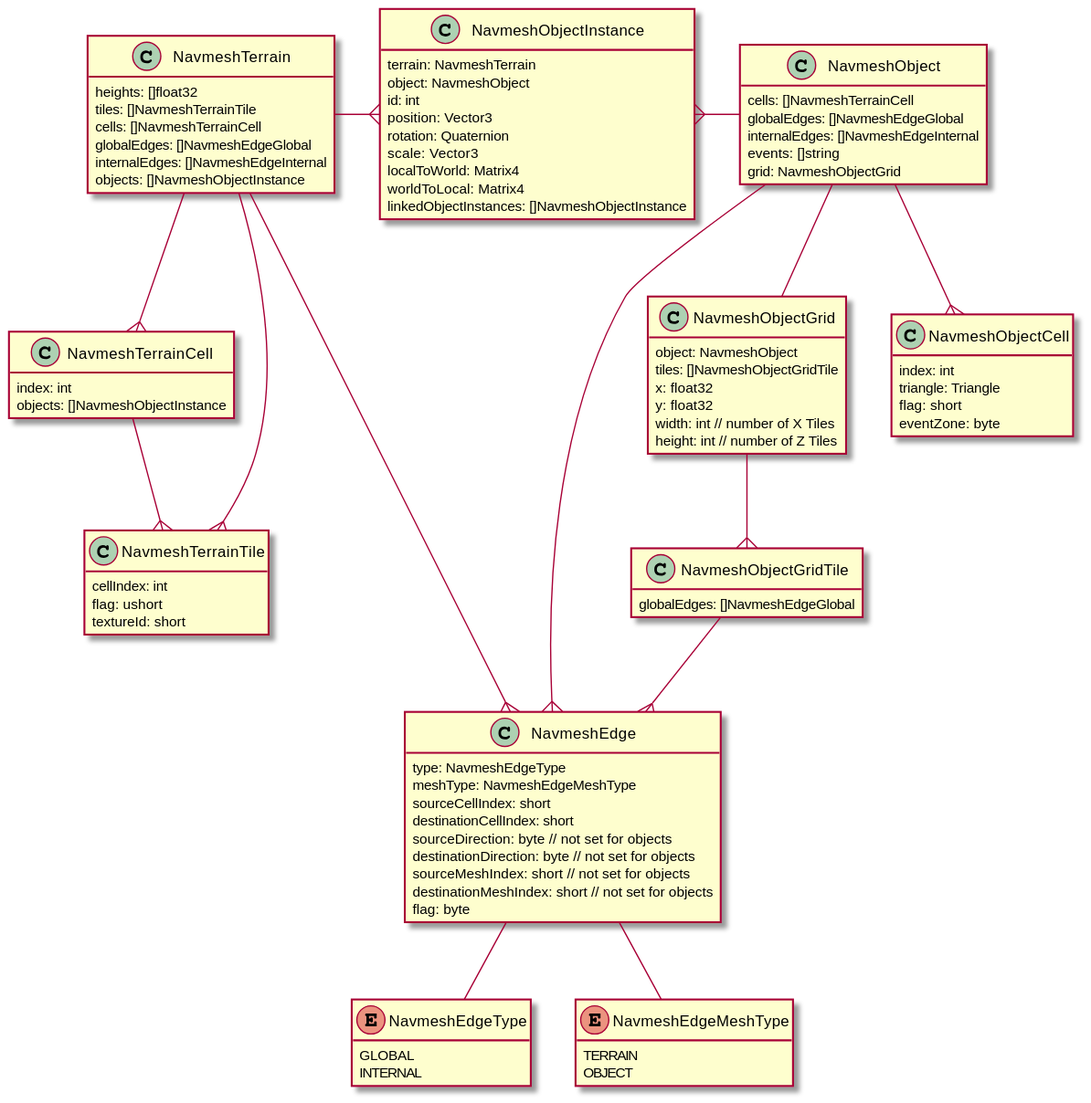
DummkopfOfHachtenduden/SilkroadDoc keeps this PlantUML diagram as _docs/navmesh.svg. Above is the earlier version. Source of this version:
```plantuml
@startuml navmesh

hide empty members

class NavmeshTerrain {
    heights: []float32
    tiles: []NavmeshTerrainTile
    cells: []NavmeshTerrainCell
    globalEdges: []NavmeshEdgeGlobal
    internalEdges: []NavmeshEdgeInternal
    objects: []NavmeshObjectInstance
}

class NavmeshTerrainCell {
    index: int
    objects: []NavmeshObjectInstance
}

class NavmeshTerrainTile {
    cellIndex: int
    flag: ushort
    textureId: short
}

enum NavmeshEdgeType {
    GLOBAL
    INTERNAL
}

enum NavmeshEdgeMeshType {
    TERRAIN
    OBJECT
}

class NavmeshEdge {
    type: NavmeshEdgeType
    meshType: NavmeshEdgeMeshType
    sourceCellIndex: short
    destinationCellIndex: short
    sourceDirection: byte // not set for objects
    destinationDirection: byte // not set for objects
    sourceMeshIndex: short // not set for objects
    destinationMeshIndex: short // not set for objects
    flag: byte
}

class NavmeshObject {
    cells: []NavmeshTerrainCell
    globalEdges: []NavmeshEdgeGlobal
    internalEdges: []NavmeshEdgeInternal
    events: []string
    grid: NavmeshObjectGrid
}

class NavmeshObjectInstance {
    terrain: NavmeshTerrain
    object: NavmeshObject
    id: int
    position: Vector3
    rotation: Quaternion
    scale: Vector3
    localToWorld: Matrix4
    worldToLocal: Matrix4
    linkedObjectInstances: []NavmeshObjectInstance
}

class NavmeshObjectGrid {
    object: NavmeshObject
    tiles: []NavmeshObjectGridTile
    x: float32
    y: float32
    width: int // number of X Tiles
    height: int // number of Z Tiles
}

class NavmeshObjectGridTile {
    globalEdges: []NavmeshEdgeGlobal
}

class NavmeshObjectCell {
    index: int
    triangle: Triangle
    flag: short
    eventZone: byte
}


NavmeshTerrain --{ NavmeshTerrainCell
NavmeshTerrain --{ NavmeshTerrainTile
NavmeshTerrain --{ NavmeshEdge
NavmeshTerrain -right-{ NavmeshObjectInstance
NavmeshTerrainCell --{ NavmeshTerrainTile


NavmeshObject -left-{ NavmeshObjectInstance
NavmeshObject --{ NavmeshObjectCell
NavmeshObject -- NavmeshObjectGrid
NavmeshObject --{ NavmeshEdge
NavmeshObjectGrid --{ NavmeshObjectGridTile
NavmeshObjectGridTile --{ NavmeshEdge

NavmeshEdge -- NavmeshEdgeType
NavmeshEdge -- NavmeshEdgeMeshType

@enduml
```
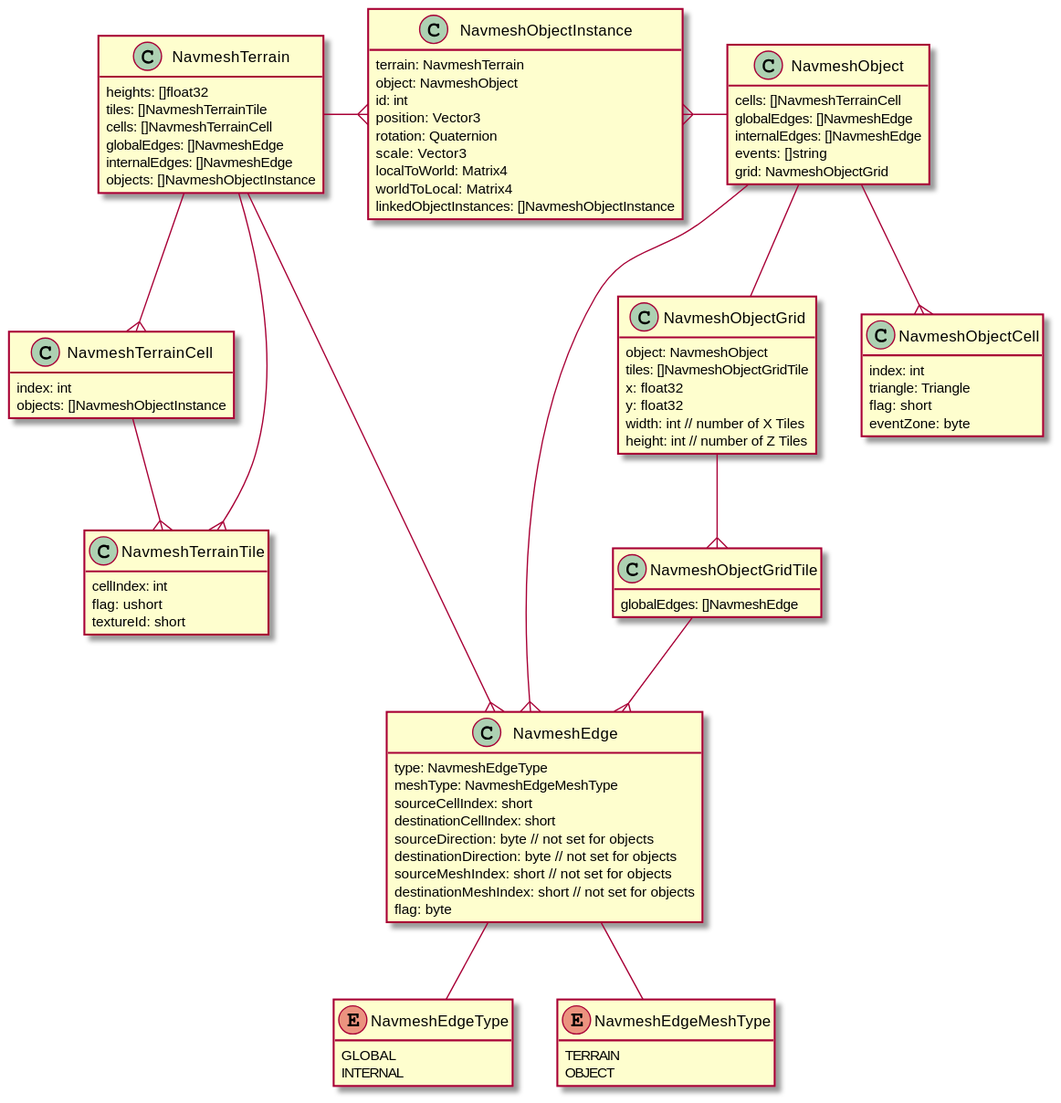
After the change.

Diff of the diagram source:
```diff
@@ -6,8 +6,8 @@
     heights: []float32
     tiles: []NavmeshTerrainTile
     cells: []NavmeshTerrainCell
-    globalEdges: []NavmeshEdgeGlobal
-    internalEdges: []NavmeshEdgeInternal
+    globalEdges: []NavmeshEdge
+    internalEdges: []NavmeshEdge
     objects: []NavmeshObjectInstance
 }
 
@@ -46,8 +46,8 @@
 
 class NavmeshObject {
     cells: []NavmeshTerrainCell
-    globalEdges: []NavmeshEdgeGlobal
-    internalEdges: []NavmeshEdgeInternal
+    globalEdges: []NavmeshEdge
+    internalEdges: []NavmeshEdge
     events: []string
     grid: NavmeshObjectGrid
 }
@@ -74,7 +74,7 @@
 }
 
 class NavmeshObjectGridTile {
-    globalEdges: []NavmeshEdgeGlobal
+    globalEdges: []NavmeshEdge
 }
 
 class NavmeshObjectCell {
```
